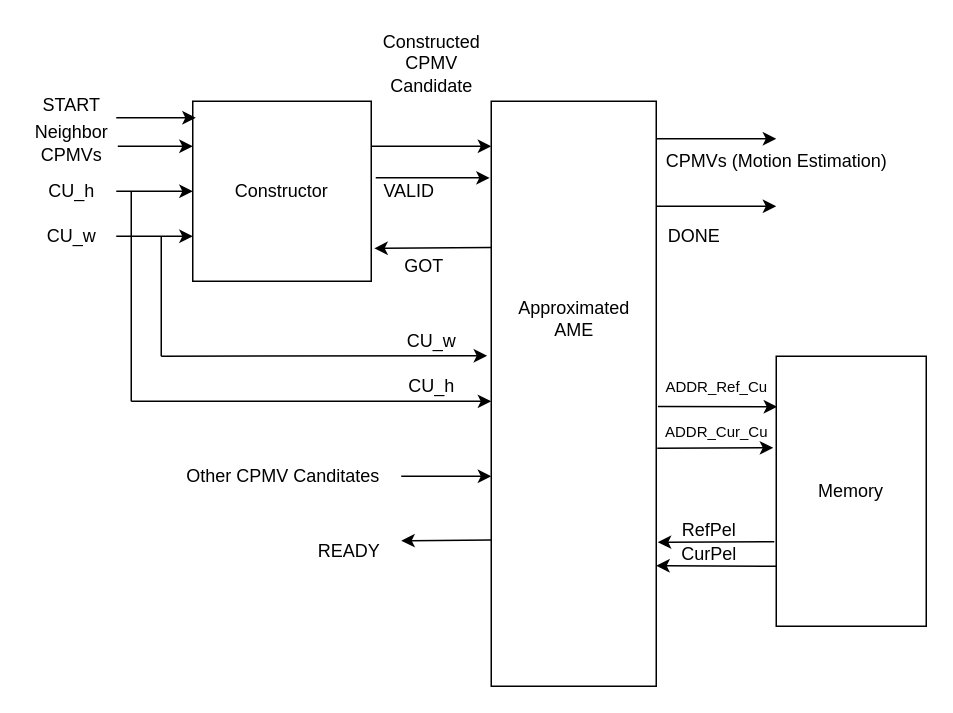
Before: page "High Level" (1 of 9) of AME-block_diagram.drawio in CostantinoTaranto/AME_Block-Diagram, a draw.io diagram. Source tidied: cells renumbered, new cells numbered last; positions are measured from the earlier drawing's top-left corner, leaving out a move shared by most shapes. Both pictures are drawn from the tidied source at 150%, with x=0, y=0 at pixel (26, 26).
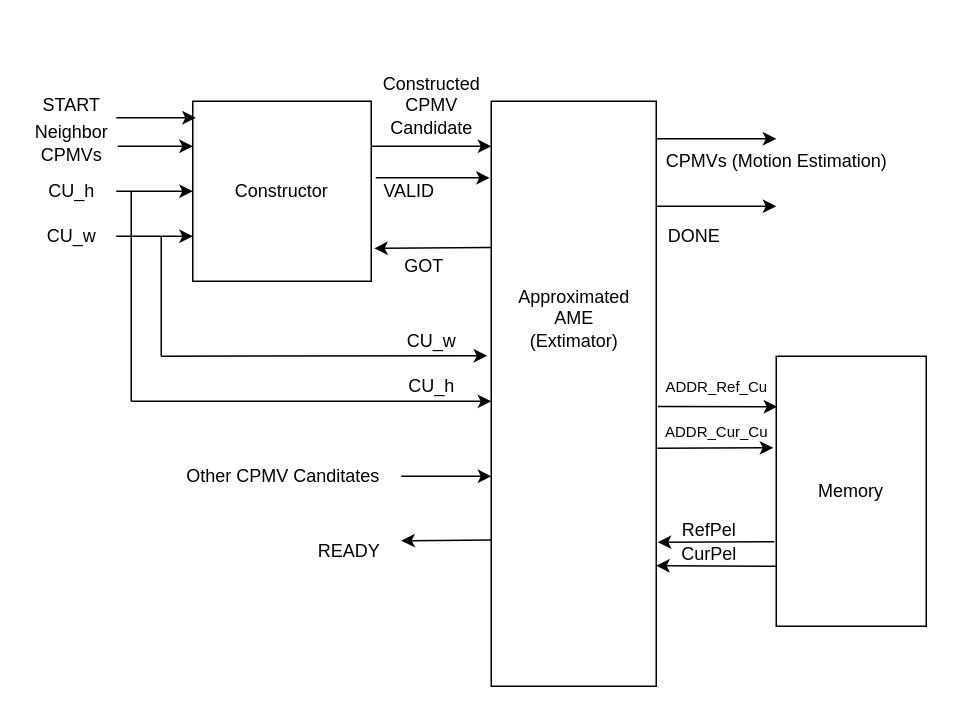
The same diagram, later.

Diff of the diagram source:
```diff
@@
-    <mxCell id="20" value="Approximated&lt;br&gt;AME" style="text;html=1;align=center;verticalAlign=middle;" parent="1" vertex="1">
-      <mxGeometry x="320" y="180" width="90" height="30" as="geometry" />
+    <mxCell id="20" value="Approximated&lt;br&gt;AME&lt;br&gt;(Extimator)" style="text;html=1;align=center;verticalAlign=middle;" parent="1" vertex="1">
+      <mxGeometry x="320" y="170" width="90" height="50" as="geometry" />
     </mxCell>
     <mxCell id="21" value="Constructed&lt;br&gt;CPMV&lt;br&gt;Candidate" style="text;html=1;align=center;verticalAlign=middle;" parent="1" vertex="1">
-      <mxGeometry x="230" width="80" height="50" as="geometry" />
+      <mxGeometry x="230" y="28" width="80" height="50" as="geometry" />
     </mxCell>
```
